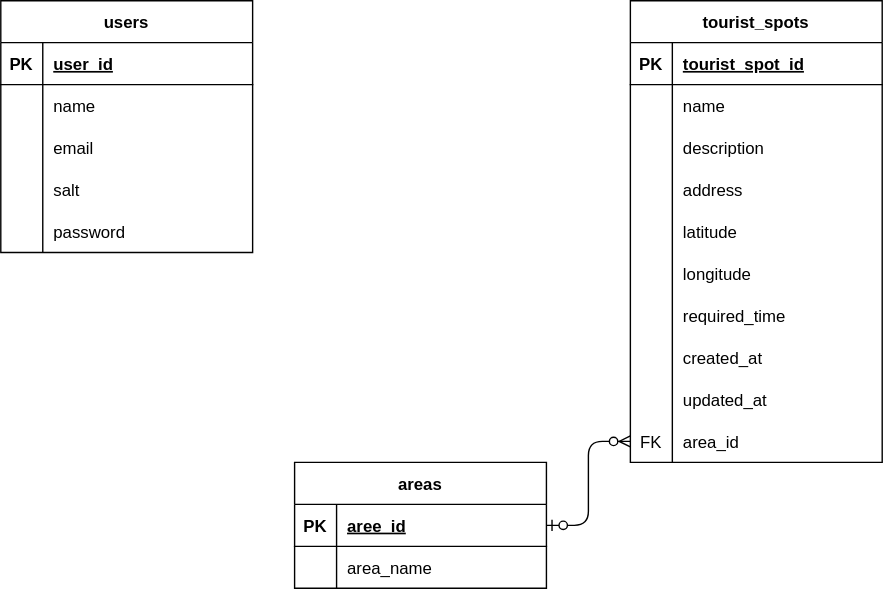
The draw.io diagram docs/db-schema.drawio.svg in BTC6-Team3/greenfield-project, before a commit. Source tidied: cells renumbered, new cells last; positions are measured from the earlier drawing's top-left corner, leaving out a move shared by most shapes.
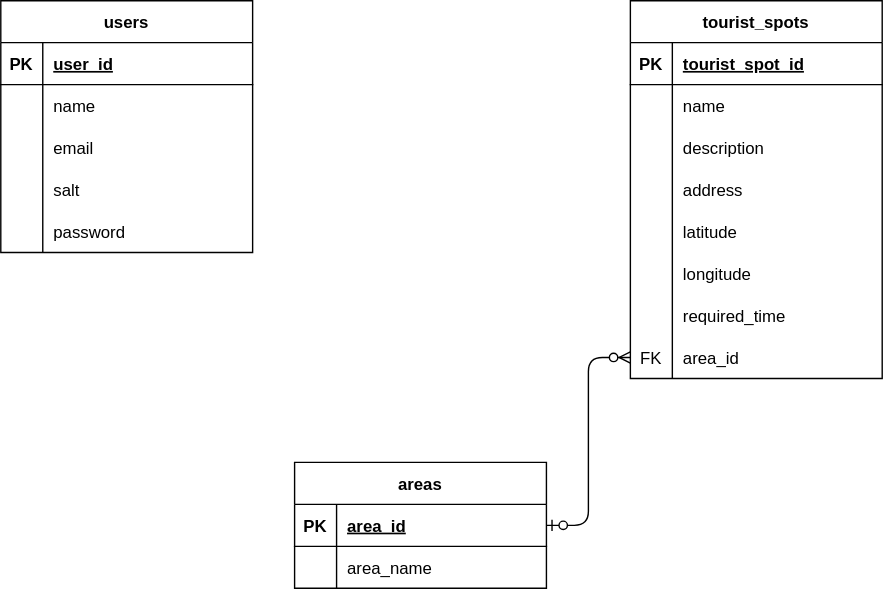
Above is the later version.

Diff of the diagram source:
```diff
@@ -51,7 +51,7 @@
       <mxGeometry x="30" width="150" height="30" as="geometry" />
     </mxCell>
     <mxCell id="18" value="tourist_spots" style="shape=table;startSize=30;rowLines=0;fontStyle=1;align=center;" parent="1" vertex="1">
-      <mxGeometry x="450" width="180" height="330" as="geometry" />
+      <mxGeometry x="450" width="180" height="270" as="geometry" />
     </mxCell>
     <mxCell id="19" style="shape=tableRow;horizontal=0;startSize=0;swimlaneHead=0;swimlaneBody=0;fillColor=none;top=0;left=0;right=0;bottom=1;" parent="18" vertex="1">
       <mxGeometry y="30" width="180" height="30" as="geometry" />
@@ -116,26 +116,8 @@
     <mxCell id="39" value="required_time" style="shape=partialRectangle;fillColor=none;top=0;left=0;bottom=0;right=0;align=left;spacingLeft=6;overflow=hidden;" parent="37" vertex="1">
       <mxGeometry x="30" width="150" height="30" as="geometry" />
     </mxCell>
-    <mxCell id="40" style="shape=tableRow;horizontal=0;startSize=0;swimlaneHead=0;swimlaneBody=0;fillColor=none;top=0;left=0;right=0;bottom=0;" parent="18" vertex="1">
-      <mxGeometry y="240" width="180" height="30" as="geometry" />
-    </mxCell>
-    <mxCell id="41" style="shape=partialRectangle;fillColor=none;top=0;left=0;bottom=0;right=0;overflow=hidden;" parent="40" vertex="1">
-      <mxGeometry width="30" height="30" as="geometry" />
-    </mxCell>
-    <mxCell id="42" value="created_at" style="shape=partialRectangle;fillColor=none;top=0;left=0;bottom=0;right=0;align=left;spacingLeft=6;overflow=hidden;" parent="40" vertex="1">
-      <mxGeometry x="30" width="150" height="30" as="geometry" />
-    </mxCell>
-    <mxCell id="43" style="shape=tableRow;horizontal=0;startSize=0;swimlaneHead=0;swimlaneBody=0;fillColor=none;top=0;left=0;right=0;bottom=0;" parent="18" vertex="1">
-      <mxGeometry y="270" width="180" height="30" as="geometry" />
-    </mxCell>
-    <mxCell id="44" style="shape=partialRectangle;fillColor=none;top=0;left=0;bottom=0;right=0;overflow=hidden;" parent="43" vertex="1">
-      <mxGeometry width="30" height="30" as="geometry" />
-    </mxCell>
-    <mxCell id="45" value="updated_at" style="shape=partialRectangle;fillColor=none;top=0;left=0;bottom=0;right=0;align=left;spacingLeft=6;overflow=hidden;" parent="43" vertex="1">
-      <mxGeometry x="30" width="150" height="30" as="geometry" />
-    </mxCell>
     <mxCell id="46" style="shape=tableRow;horizontal=0;startSize=0;swimlaneHead=0;swimlaneBody=0;fillColor=none;points=[[0,0.5],[1,0.5]];portConstraint=eastwest;top=0;left=0;right=0;bottom=0;" parent="18" vertex="1">
-      <mxGeometry y="300" width="180" height="30" as="geometry" />
+      <mxGeometry y="240" width="180" height="30" as="geometry" />
     </mxCell>
     <mxCell id="47" value="FK" style="shape=partialRectangle;fillColor=none;top=0;left=0;bottom=0;right=0;overflow=hidden;" parent="46" vertex="1">
       <mxGeometry width="30" height="30" as="geometry" />
@@ -152,7 +134,7 @@
     <mxCell id="51" value="PK" style="shape=partialRectangle;fillColor=none;top=0;left=0;bottom=0;right=0;fontStyle=1;overflow=hidden;" parent="50" vertex="1">
       <mxGeometry width="30" height="30" as="geometry" />
     </mxCell>
-    <mxCell id="52" value="aree_id" style="shape=partialRectangle;fillColor=none;top=0;left=0;bottom=0;right=0;align=left;spacingLeft=6;fontStyle=5;overflow=hidden;" parent="50" vertex="1">
+    <mxCell id="52" value="area_id" style="shape=partialRectangle;fillColor=none;top=0;left=0;bottom=0;right=0;align=left;spacingLeft=6;fontStyle=5;overflow=hidden;" parent="50" vertex="1">
       <mxGeometry x="30" width="150" height="30" as="geometry" />
     </mxCell>
     <mxCell id="53" style="shape=tableRow;horizontal=0;startSize=0;swimlaneHead=0;swimlaneBody=0;fillColor=none;top=0;left=0;right=0;bottom=0;" parent="49" vertex="1">
```
